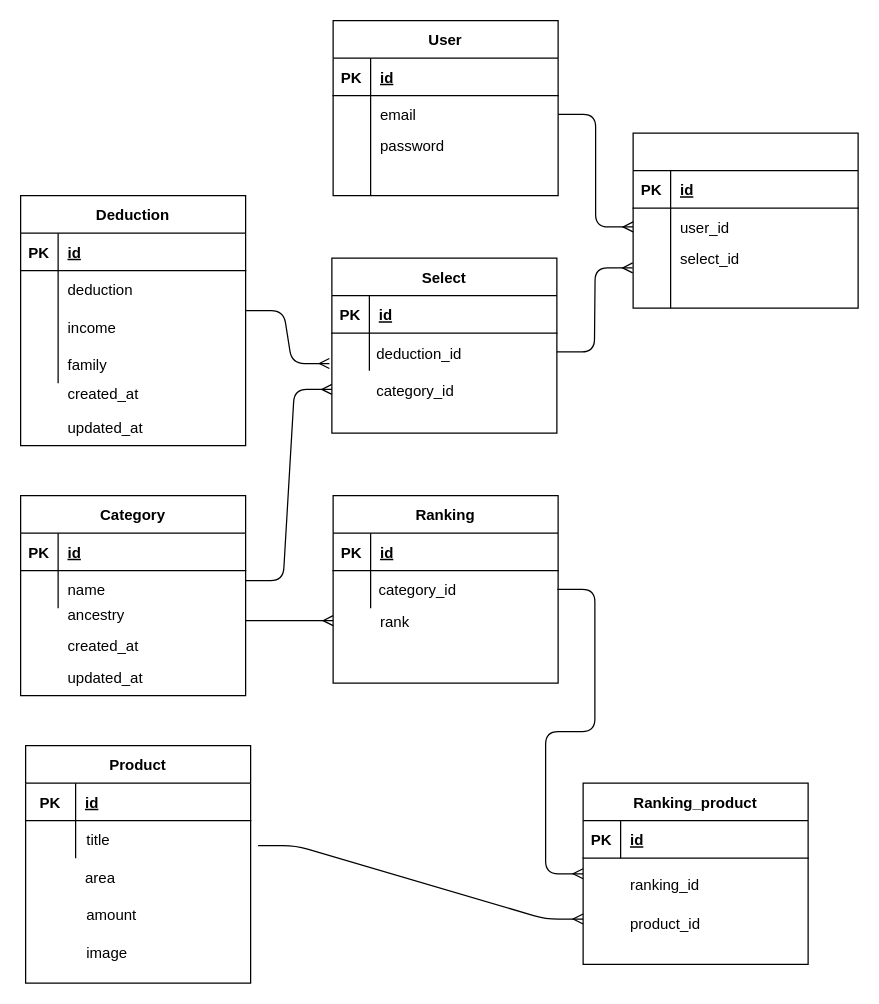
Before: page "ページ1" (1 of 2) of Untitled Diagram.drawio in kojikoji00/furusele-app, a draw.io diagram. Source tidied: cells renumbered, new cells numbered last; positions are measured from the earlier drawing's top-left corner, leaving out a move shared by most shapes. Both pictures are drawn from the tidied source at 125%, with x=0, y=0 at pixel (20, 20).
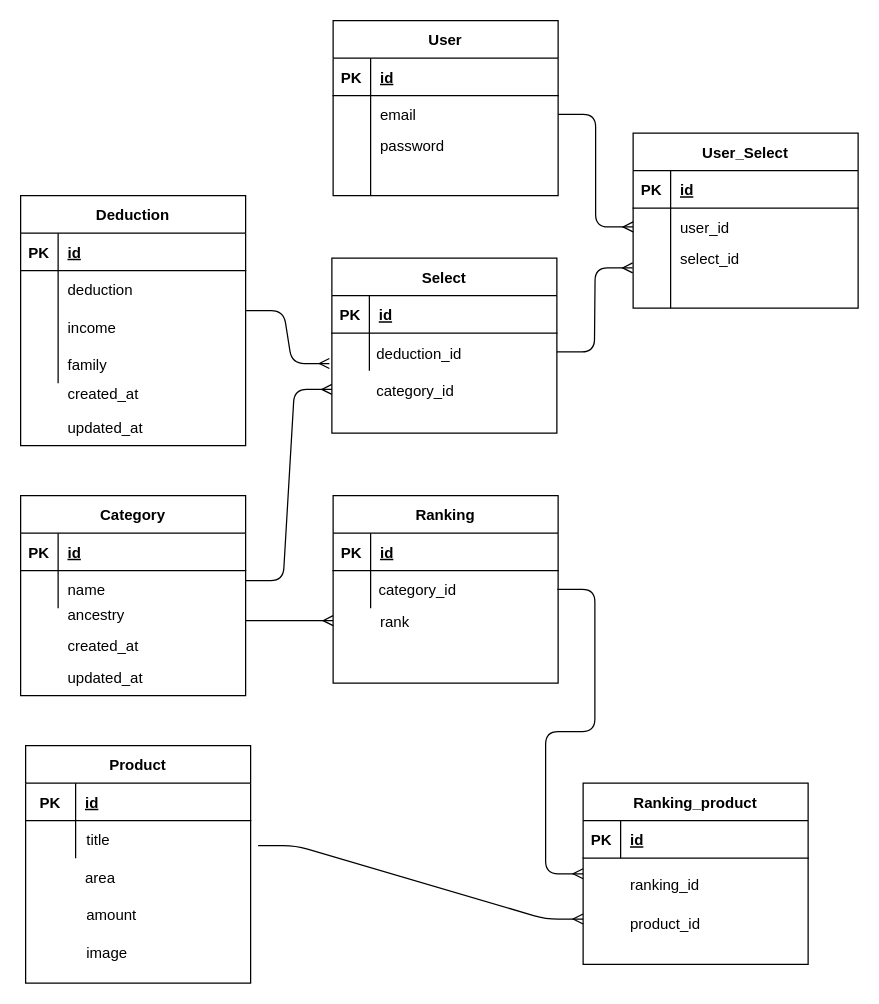
Above is the later version.

Commit message (it also covers changes not shown here):
Untitled Diagram.drawio を更新します

Diff of the diagram source:
```diff
@@
-    <mxCell id="100" style="shape=table;startSize=30;childLayout=tableLayout;rowLines=0;fontStyle=1;align=center;" parent="1" vertex="1">
+    <mxCell id="100" value="User_Select" style="shape=table;startSize=30;childLayout=tableLayout;rowLines=0;fontStyle=1;align=center;" parent="1" vertex="1">
       <mxGeometry x="490" y="90" width="180" height="140" as="geometry" />
     </mxCell>
```
